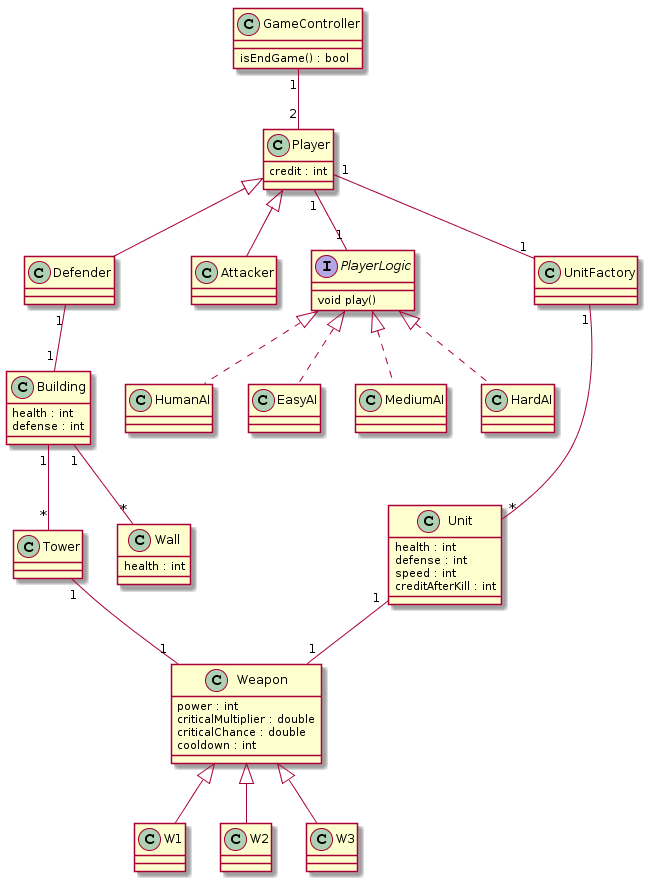
Before: uml_diagrams/classDiagram.png, a diagram exported from PlantUML (NestorTejero/ES2016B).
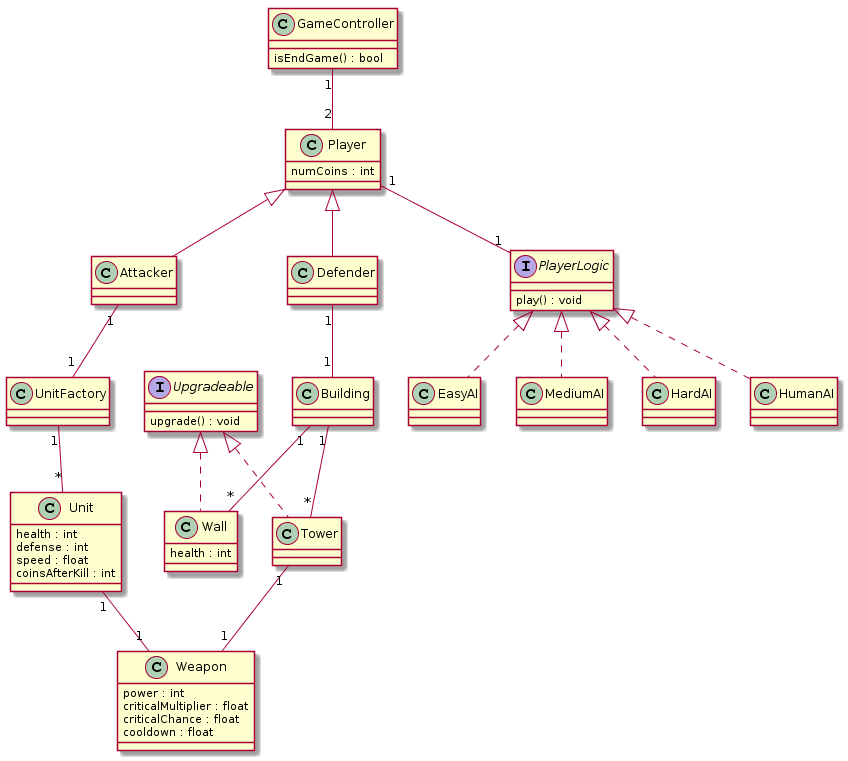
Later version of the same file.

Diff of the diagram source:
```diff
@@ -4,7 +4,7 @@
 }
 
 class Player {
-    credit : int
+    numCoins : int
 }
 
 class Defender extends Player {
@@ -17,7 +17,7 @@
 GameController "1" -- "2" Player
 
 interface PlayerLogic {
-	void play()
+    play() : void
 }
 
 class HumanAI implements PlayerLogic {
@@ -31,11 +31,15 @@
 
 Player "1" -- "1" PlayerLogic
 
+interface Upgradeable {
+    upgrade() : void
+}
+
 class Unit {
     health : int
     defense : int
-    speed : int
-    creditAfterKill : int
+    speed : float
+    coinsAfterKill : int
 
 }
 
@@ -43,40 +47,30 @@
 
 }
 
-Player "1" -- "1" UnitFactory
+Attacker "1" -- "1" UnitFactory
 UnitFactory "1" -- "*" Unit
 
 class Weapon {
     power : int
-    criticalMultiplier : double
-    criticalChance : double
-    cooldown : int
+    criticalMultiplier : float
+    criticalChance : float
+    cooldown : float
 }
 
 Unit "1" -- "1" Weapon
 Tower "1" -- "1" Weapon
 
-class W1 extends Weapon {
-}
-class W2 extends Weapon {
-}
-class W3 extends Weapon {
-}
-
 class Building {
-    health : int
-    defense : int
 }
 
 Defender "1" -- "1" Building
 
-class Tower {
-
+class Tower implements Upgradeable{
 }
 
 Building "1" -- "*" Tower
 
-class Wall {
+class Wall implements Upgradeable{
     health : int
 }
 
```
